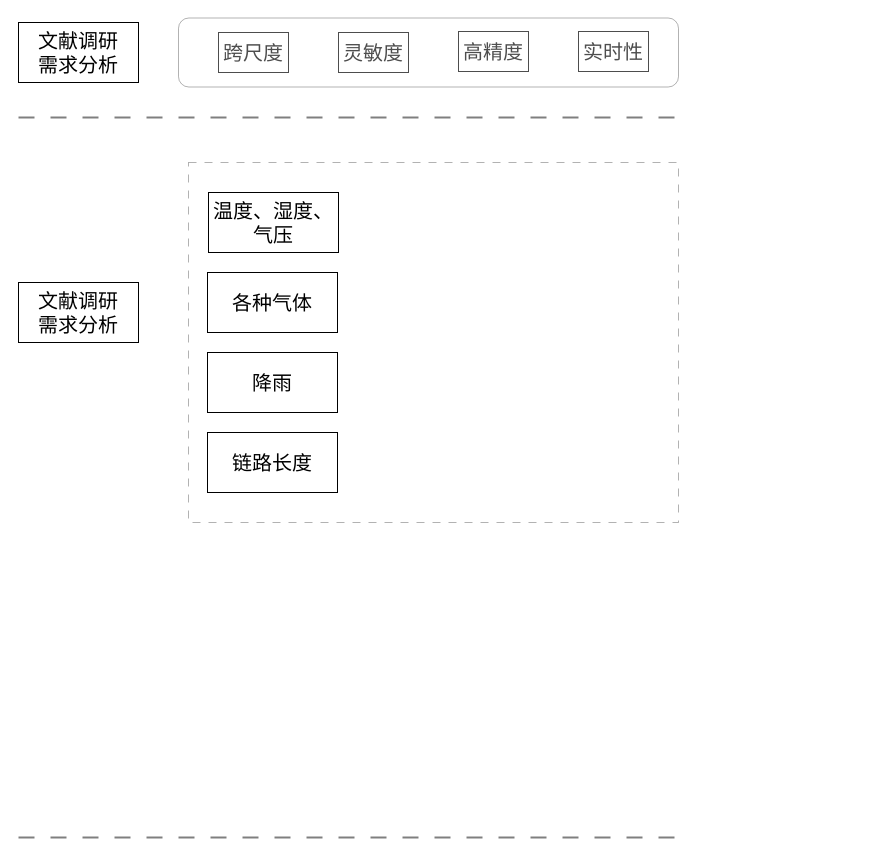
Lu-Ming-Song/C keeps this draw.io diagram as 技术路线.drawio. Above is the earlier version. Source tidied: cells renumbered, new cells numbered last; positions are measured from the earlier drawing's top-left corner, leaving out a move shared by most shapes. Both pictures are drawn from the tidied source at 100%, with x=0, y=0 at pixel (18, 18).
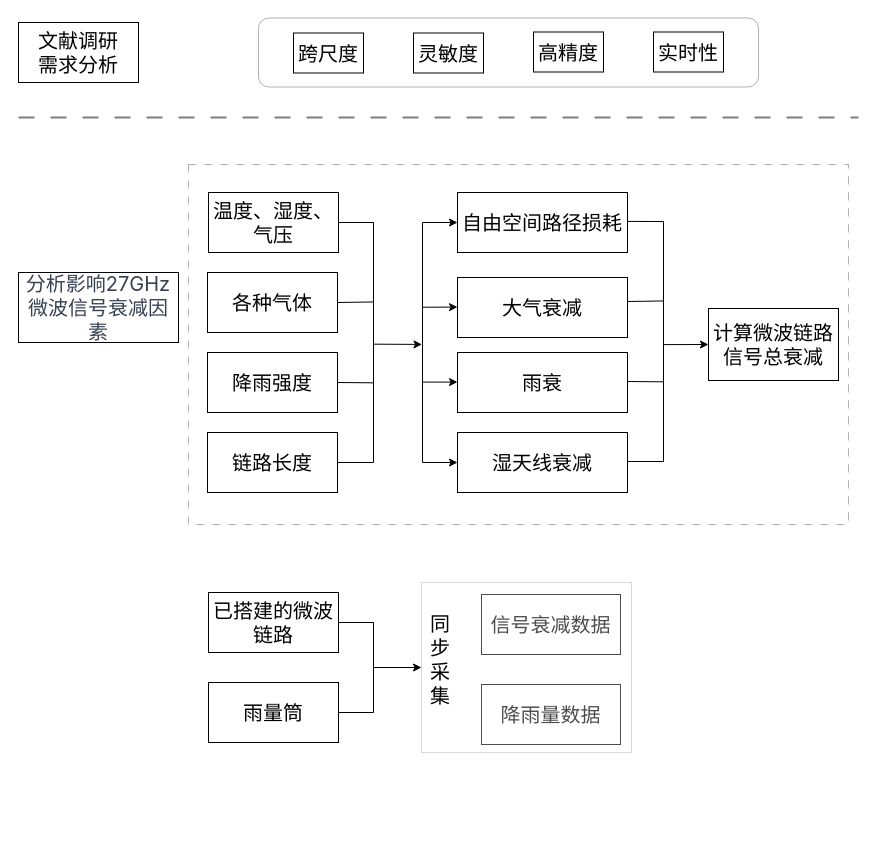
After the change.

Commit message (it also covers changes not shown here):
更新技术路线.drawio

Unchanged cells that the change refers to:
```xml
<mxCell id="12" value="&lt;font style=&quot;font-size: 20px;&quot;&gt;温度、湿度、气压&lt;/font&gt;" style="rounded=0;whiteSpace=wrap;html=1;" parent="1" vertex="1">
  <mxGeometry x="190" y="174" width="130" height="60" as="geometry" />
</mxCell>
<mxCell id="13" value="&lt;span style=&quot;font-size: 20px;&quot;&gt;各种气体&lt;/span&gt;" style="rounded=0;whiteSpace=wrap;html=1;" parent="1" vertex="1">
  <mxGeometry x="189" y="254" width="130" height="60" as="geometry" />
</mxCell>
<mxCell id="15" value="&lt;span style=&quot;font-size: 20px;&quot;&gt;链路长度&lt;/span&gt;" style="rounded=0;whiteSpace=wrap;html=1;" parent="1" vertex="1">
  <mxGeometry x="189" y="414" width="130" height="60" as="geometry" />
</mxCell>
```

What changed in the source:
```diff
@@
     <mxCell id="3" style="rounded=0;whiteSpace=wrap;html=1;dashed=1;dashPattern=8 8;opacity=30;" parent="1" vertex="1">
-      <mxGeometry x="170" y="144" width="490" height="360" as="geometry" />
+      <mxGeometry x="170" y="146" width="660" height="360" as="geometry" />
     </mxCell>
     <mxCell id="4" style="line;strokeWidth=2;html=1;perimeter=backbonePerimeter;opacity=50;dashed=1;dashPattern=8 8;" parent="1" vertex="1">
-      <mxGeometry y="94" width="660" height="10" as="geometry" />
+      <mxGeometry y="94" width="840" height="10" as="geometry" />
     </mxCell>
-    <mxCell id="5" value="&lt;font style=&quot;font-size: 20px;&quot;&gt;&lt;font style=&quot;font-size: 20px;&quot;&gt;跨尺&lt;/font&gt;度&lt;/font&gt;" style="whiteSpace=wrap;html=1;" parent="1" vertex="1">
-      <mxGeometry x="200" y="14" width="70" height="40" as="geometry" />
-    </mxCell>
-    <mxCell id="6" value="&lt;font style=&quot;font-size: 20px;&quot;&gt;灵敏度&lt;/font&gt;" style="whiteSpace=wrap;html=1;" parent="1" vertex="1">
-      <mxGeometry x="320" y="14" width="70" height="40" as="geometry" />
-    </mxCell>
-    <mxCell id="7" value="&lt;font style=&quot;font-size: 20px;&quot;&gt;&lt;font style=&quot;font-size: 20px;&quot;&gt;高精度&lt;/font&gt;&lt;/font&gt;" style="whiteSpace=wrap;html=1;" parent="1" vertex="1">
-      <mxGeometry x="440" y="13" width="70" height="40" as="geometry" />
-    </mxCell>
-    <mxCell id="8" value="&lt;span style=&quot;font-size: 20px;&quot;&gt;实时性&lt;/span&gt;" style="whiteSpace=wrap;html=1;" parent="1" vertex="1">
-      <mxGeometry x="560" y="13" width="70" height="40" as="geometry" />
-    </mxCell>
     <mxCell id="9" style="rounded=1;whiteSpace=wrap;html=1;opacity=30;" parent="1" vertex="1">
-      <mxGeometry x="160" y="-0.5" width="500" height="69" as="geometry" />
+      <mxGeometry x="240" y="-0.5" width="500" height="69" as="geometry" />
     </mxCell>
-    <mxCell id="10" style="line;strokeWidth=2;html=1;perimeter=backbonePerimeter;opacity=50;dashed=1;dashPattern=8 8;" parent="1" vertex="1">
-      <mxGeometry y="814" width="660" height="10" as="geometry" />
-    </mxCell>
-    <mxCell id="11" value="&lt;font style=&quot;font-size: 20px;&quot;&gt;文献调研&lt;/font&gt;&lt;div style=&quot;font-size: 20px;&quot;&gt;需求分析&lt;/div&gt;" style="whiteSpace=wrap;html=1;" parent="1" vertex="1">
-      <mxGeometry y="264" width="120" height="60" as="geometry" />
+    <mxCell id="11" value="&lt;span style=&quot;color: rgb(55, 65, 81); font-family: -apple-system, BlinkMacSystemFont, Inter, ui-sans-serif, system-ui, &amp;quot;Segoe UI&amp;quot;, Roboto, Ubuntu, Cantarell, &amp;quot;Noto Sans&amp;quot;, sans-serif, &amp;quot;Helvetica Neue&amp;quot;, Arial, &amp;quot;Apple Color Emoji&amp;quot;, &amp;quot;Segoe UI Emoji&amp;quot;, &amp;quot;Segoe UI Symbol&amp;quot;, &amp;quot;Noto Color Emoji&amp;quot;; text-align: start; white-space-collapse: preserve-breaks; background-color: rgb(255, 255, 255);&quot;&gt;&lt;font style=&quot;font-size: 20px;&quot;&gt;分析影响27GHz微波信号衰减因素&lt;/font&gt;&lt;/span&gt;" style="whiteSpace=wrap;html=1;" parent="1" vertex="1">
+      <mxGeometry y="254" width="160" height="70" as="geometry" />
     </mxCell>
@@
-    <mxCell id="14" value="&lt;span style=&quot;font-size: 20px;&quot;&gt;降雨&lt;/span&gt;" style="rounded=0;whiteSpace=wrap;html=1;" parent="1" vertex="1">
+    <mxCell id="14" value="&lt;span style=&quot;font-size: 20px;&quot;&gt;降雨强度&lt;/span&gt;" style="rounded=0;whiteSpace=wrap;html=1;" parent="1" vertex="1">
       <mxGeometry x="189" y="334" width="130" height="60" as="geometry" />
     </mxCell>
@@
+    <mxCell id="16" style="line;strokeWidth=1;direction=south;html=1;" parent="1" vertex="1">
+      <mxGeometry x="350" y="204" width="10" height="240" as="geometry" />
+    </mxCell>
+    <mxCell id="17" style="endArrow=none;html=1;rounded=0;exitX=1;exitY=0.5;exitDx=0;exitDy=0;entryX=0;entryY=0.5;entryDx=0;entryDy=0;entryPerimeter=0;" parent="1" edge="1" source="12" target="16">
+      <mxGeometry relative="1" as="geometry" />
+    </mxCell>
+    <mxCell id="18" style="endArrow=none;html=1;rounded=0;exitX=1;exitY=0.5;exitDx=0;exitDy=0;entryX=1;entryY=0.5;entryDx=0;entryDy=0;entryPerimeter=0;" parent="1" edge="1" source="15" target="16">
+      <mxGeometry relative="1" as="geometry" />
+    </mxCell>
+    <mxCell id="19" style="endArrow=none;html=1;rounded=0;exitX=1;exitY=0.5;exitDx=0;exitDy=0;entryX=0.668;entryY=0.446;entryDx=0;entryDy=0;entryPerimeter=0;" parent="1" edge="1" source="14" target="16">
+      <mxGeometry relative="1" as="geometry" />
+    </mxCell>
+    <mxCell id="20" style="endArrow=none;html=1;rounded=0;exitX=1;exitY=0.5;exitDx=0;exitDy=0;entryX=0.331;entryY=0.492;entryDx=0;entryDy=0;entryPerimeter=0;" parent="1" edge="1" source="13" target="16">
+      <mxGeometry relative="1" as="geometry" />
+    </mxCell>
+    <mxCell id="21" style="endArrow=classic;html=1;rounded=0;exitX=0.507;exitY=0.464;exitDx=0;exitDy=0;exitPerimeter=0;entryX=0.508;entryY=0.554;entryDx=0;entryDy=0;entryPerimeter=0;" parent="1" edge="1" source="16" target="22">
+      <mxGeometry relative="1" as="geometry" />
+    </mxCell>
+    <mxCell id="22" style="line;strokeWidth=1;direction=south;html=1;" parent="1" vertex="1">
+      <mxGeometry x="399" y="204" width="10" height="240" as="geometry" />
+    </mxCell>
+    <mxCell id="23" style="endArrow=classic;html=1;rounded=0;exitX=0;exitY=0.5;exitDx=0;exitDy=0;exitPerimeter=0;entryX=0;entryY=0.5;entryDx=0;entryDy=0;" parent="1" edge="1" source="22" target="24">
+      <mxGeometry relative="1" as="geometry" />
+    </mxCell>
+    <mxCell id="24" value="&lt;span style=&quot;font-size: 20px;&quot;&gt;自由空间路径损耗&lt;/span&gt;" style="rounded=0;whiteSpace=wrap;html=1;" parent="1" vertex="1">
+      <mxGeometry x="439" y="174" width="170" height="60" as="geometry" />
+    </mxCell>
+    <mxCell id="25" value="&lt;span style=&quot;font-size: 20px;&quot;&gt;湿天线衰减&lt;/span&gt;" style="rounded=0;whiteSpace=wrap;html=1;" parent="1" vertex="1">
+      <mxGeometry x="439" y="414" width="170" height="60" as="geometry" />
+    </mxCell>
+    <mxCell id="26" value="&lt;span style=&quot;font-size: 20px;&quot;&gt;大气衰减&lt;/span&gt;" style="rounded=0;whiteSpace=wrap;html=1;" parent="1" vertex="1">
+      <mxGeometry x="439" y="259" width="170" height="60" as="geometry" />
+    </mxCell>
+    <mxCell id="27" value="&lt;span style=&quot;font-size: 20px;&quot;&gt;雨衰&lt;/span&gt;" style="rounded=0;whiteSpace=wrap;html=1;" parent="1" vertex="1">
+      <mxGeometry x="439" y="334" width="170" height="60" as="geometry" />
+    </mxCell>
+    <mxCell id="28" style="endArrow=classic;html=1;rounded=0;entryX=0;entryY=0.5;entryDx=0;entryDy=0;exitX=1;exitY=0.5;exitDx=0;exitDy=0;exitPerimeter=0;" parent="1" edge="1" source="22">
+      <mxGeometry relative="1" as="geometry">
+        <mxPoint x="439" y="444" as="targetPoint" />
+      </mxGeometry>
+    </mxCell>
+    <mxCell id="29" style="endArrow=classic;html=1;rounded=0;exitX=0.353;exitY=0.523;exitDx=0;exitDy=0;exitPerimeter=0;entryX=0;entryY=0.5;entryDx=0;entryDy=0;" parent="1" edge="1" source="22">
+      <mxGeometry relative="1" as="geometry">
+        <mxPoint x="439" y="288.6" as="targetPoint" />
+      </mxGeometry>
+    </mxCell>
+    <mxCell id="30" style="endArrow=classic;html=1;rounded=0;exitX=0.665;exitY=0.554;exitDx=0;exitDy=0;exitPerimeter=0;entryX=0;entryY=0.5;entryDx=0;entryDy=0;" parent="1" edge="1" source="22">
+      <mxGeometry relative="1" as="geometry">
+        <mxPoint x="439" y="363.6" as="targetPoint" />
+      </mxGeometry>
+    </mxCell>
+    <mxCell id="31" style="line;strokeWidth=1;direction=south;html=1;" parent="1" vertex="1">
+      <mxGeometry x="640" y="203" width="10" height="240" as="geometry" />
+    </mxCell>
+    <mxCell id="32" style="endArrow=none;html=1;rounded=0;entryX=0;entryY=0.5;entryDx=0;entryDy=0;entryPerimeter=0;exitX=1.001;exitY=0.482;exitDx=0;exitDy=0;exitPerimeter=0;" parent="1" edge="1" source="24" target="31">
+      <mxGeometry relative="1" as="geometry" />
+    </mxCell>
+    <mxCell id="33" style="endArrow=none;html=1;rounded=0;exitX=1;exitY=0.5;exitDx=0;exitDy=0;entryX=1;entryY=0.5;entryDx=0;entryDy=0;entryPerimeter=0;" parent="1" edge="1" target="31">
+      <mxGeometry relative="1" as="geometry">
+        <mxPoint x="609" y="443" as="sourcePoint" />
+      </mxGeometry>
+    </mxCell>
+    <mxCell id="34" style="endArrow=none;html=1;rounded=0;exitX=1;exitY=0.5;exitDx=0;exitDy=0;entryX=0.668;entryY=0.446;entryDx=0;entryDy=0;entryPerimeter=0;" parent="1" edge="1" target="31">
+      <mxGeometry relative="1" as="geometry">
+        <mxPoint x="609" y="363" as="sourcePoint" />
+      </mxGeometry>
+    </mxCell>
+    <mxCell id="35" style="endArrow=none;html=1;rounded=0;entryX=0.331;entryY=0.492;entryDx=0;entryDy=0;entryPerimeter=0;" parent="1" edge="1" target="31">
+      <mxGeometry relative="1" as="geometry">
+        <mxPoint x="609" y="283" as="sourcePoint" />
+      </mxGeometry>
+    </mxCell>
+    <mxCell id="36" style="endArrow=classic;html=1;rounded=0;exitX=0.513;exitY=0.517;exitDx=0;exitDy=0;exitPerimeter=0;entryX=0;entryY=0.5;entryDx=0;entryDy=0;" parent="1" edge="1" source="31" target="37">
+      <mxGeometry relative="1" as="geometry" />
+    </mxCell>
+    <mxCell id="37" value="&lt;font style=&quot;font-size: 20px;&quot;&gt;计算微波链路信号总衰减&lt;/font&gt;" style="rounded=0;whiteSpace=wrap;html=1;" parent="1" vertex="1">
+      <mxGeometry x="690" y="290" width="130" height="72" as="geometry" />
+    </mxCell>
+    <mxCell id="5" value="&lt;font style=&quot;font-size: 20px;&quot;&gt;&lt;font style=&quot;font-size: 20px;&quot;&gt;跨尺&lt;/font&gt;度&lt;/font&gt;" style="whiteSpace=wrap;html=1;" parent="1" vertex="1">
+      <mxGeometry x="275" y="14.5" width="70" height="40" as="geometry" />
+    </mxCell>
+    <mxCell id="6" value="&lt;font style=&quot;font-size: 20px;&quot;&gt;灵敏度&lt;/font&gt;" style="whiteSpace=wrap;html=1;" parent="1" vertex="1">
+      <mxGeometry x="395" y="14.5" width="70" height="40" as="geometry" />
+    </mxCell>
+    <mxCell id="7" value="&lt;font style=&quot;font-size: 20px;&quot;&gt;&lt;font style=&quot;font-size: 20px;&quot;&gt;高精度&lt;/font&gt;&lt;/font&gt;" style="whiteSpace=wrap;html=1;" parent="1" vertex="1">
+      <mxGeometry x="515" y="13.5" width="70" height="40" as="geometry" />
+    </mxCell>
+    <mxCell id="8" value="&lt;span style=&quot;font-size: 20px;&quot;&gt;实时性&lt;/span&gt;" style="whiteSpace=wrap;html=1;" parent="1" vertex="1">
+      <mxGeometry x="635" y="13.5" width="70" height="40" as="geometry" />
+    </mxCell>
+    <mxCell id="38" value="&lt;span style=&quot;font-size: 20px;&quot;&gt;已搭建的微波链路&lt;/span&gt;" style="rounded=0;whiteSpace=wrap;html=1;" parent="1" vertex="1">
+      <mxGeometry x="190" y="574" width="130" height="60" as="geometry" />
+    </mxCell>
+    <mxCell id="39" value="&lt;span style=&quot;font-size: 20px;&quot;&gt;雨量筒&lt;/span&gt;" style="rounded=0;whiteSpace=wrap;html=1;" parent="1" vertex="1">
+      <mxGeometry x="190" y="664" width="130" height="60" as="geometry" />
+    </mxCell>
+    <mxCell id="40" style="line;strokeWidth=1;direction=south;html=1;" parent="1" vertex="1">
+      <mxGeometry x="350" y="604" width="10" height="90" as="geometry" />
+    </mxCell>
+    <mxCell id="41" style="endArrow=none;html=1;rounded=0;entryX=1;entryY=0.5;entryDx=0;entryDy=0;exitX=0;exitY=0.5;exitDx=0;exitDy=0;exitPerimeter=0;" parent="1" edge="1" source="40" target="38">
+      <mxGeometry relative="1" as="geometry" />
+    </mxCell>
+    <mxCell id="42" style="endArrow=none;html=1;rounded=0;entryX=1;entryY=0.5;entryDx=0;entryDy=0;exitX=1;exitY=0.5;exitDx=0;exitDy=0;exitPerimeter=0;" parent="1" edge="1" source="40" target="39">
+      <mxGeometry relative="1" as="geometry" />
+    </mxCell>
+    <mxCell id="43" style="endArrow=classic;html=1;rounded=0;entryX=0;entryY=0.5;entryDx=0;entryDy=0;exitX=0.5;exitY=0.467;exitDx=0;exitDy=0;exitPerimeter=0;" parent="1" edge="1" source="40" target="46">
+      <mxGeometry relative="1" as="geometry" />
+    </mxCell>
+    <mxCell id="44" value="&lt;span style=&quot;font-size: 20px;&quot;&gt;信号衰减数据&lt;/span&gt;" style="rounded=0;whiteSpace=wrap;html=1;" parent="1" vertex="1">
+      <mxGeometry x="463" y="576" width="139" height="60" as="geometry" />
+    </mxCell>
+    <mxCell id="45" value="&lt;span style=&quot;font-size: 20px;&quot;&gt;降雨量数据&lt;/span&gt;" style="rounded=0;whiteSpace=wrap;html=1;" parent="1" vertex="1">
+      <mxGeometry x="463" y="666" width="139" height="60" as="geometry" />
+    </mxCell>
+    <mxCell id="46" style="rounded=0;whiteSpace=wrap;html=1;dashed=1;dashPattern=1 1;opacity=30;" parent="1" vertex="1">
+      <mxGeometry x="403" y="564" width="210" height="170" as="geometry" />
+    </mxCell>
+    <mxCell id="47" value="&lt;font style=&quot;font-size: 20px;&quot;&gt;同步采集&lt;/font&gt;" style="text;html=1;align=center;verticalAlign=middle;whiteSpace=wrap;rounded=0;" parent="1" vertex="1">
+      <mxGeometry x="417" y="586" width="10" height="110" as="geometry" />
+    </mxCell>
```
